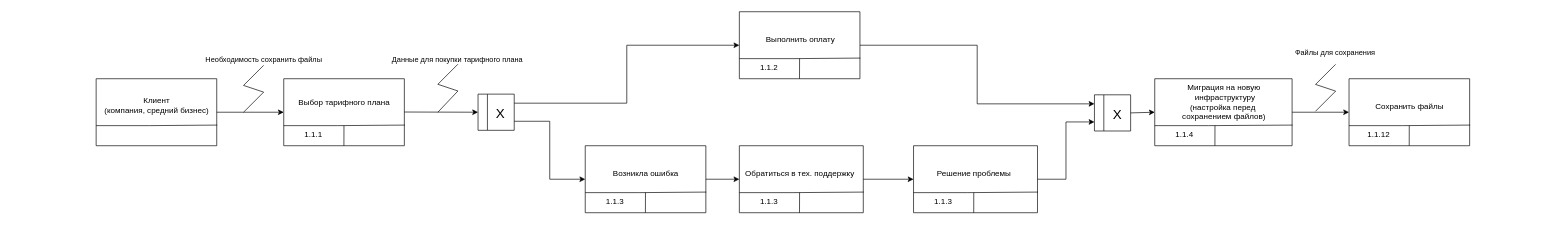
Before: bp-idef3.drawio in Yakser/drawio-diagrams, a draw.io diagram. Source tidied: cells renumbered, new cells numbered last; positions are measured from the earlier drawing's top-left corner, leaving out a move shared by most shapes. Both pictures are drawn from the tidied source at 67%, with x=0, y=0 at pixel (96, 11).
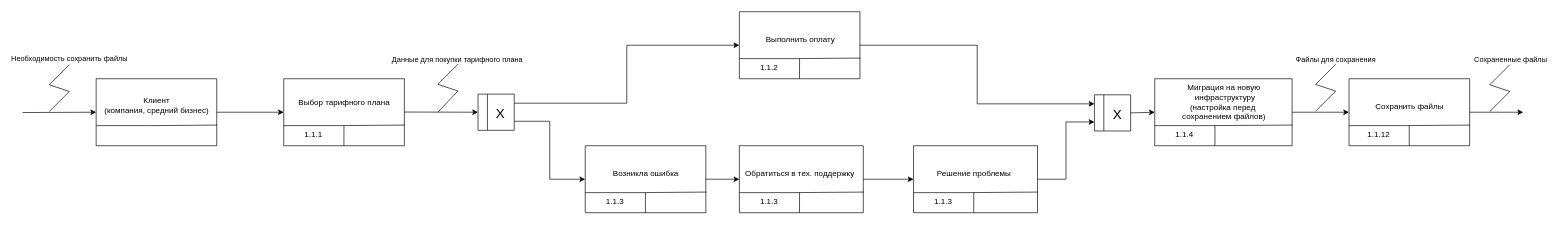
The same diagram, later.

The change refers to these unchanged cells:
```xml
<mxCell id="40" style="swimlane;startSize=0;" parent="1" vertex="1">
  <mxGeometry y="100" width="180" height="100" as="geometry" />
</mxCell>
<mxCell id="50" style="swimlane;startSize=0;" parent="1" vertex="1">
  <mxGeometry x="1870" y="100" width="180" height="100" as="geometry" />
</mxCell>
```

Diff of the diagram source:
```diff
@@
-    <mxCell id="7" style="endArrow=none;html=1;rounded=0;" parent="1" edge="1">
-      <mxGeometry relative="1" as="geometry">
-        <mxPoint x="220" y="150" as="sourcePoint" />
-        <mxPoint x="250" y="120" as="targetPoint" />
-      </mxGeometry>
-    </mxCell>
-    <mxCell id="8" style="endArrow=none;html=1;rounded=0;" parent="1" edge="1">
-      <mxGeometry relative="1" as="geometry">
-        <mxPoint x="220" y="110" as="sourcePoint" />
-        <mxPoint x="250" y="80" as="targetPoint" />
-      </mxGeometry>
-    </mxCell>
-    <mxCell id="9" value="Необходимость сохранить файлы" style="edgeLabel;html=1;align=center;verticalAlign=middle;" parent="8" vertex="1">
-      <mxGeometry x="0.62" y="-1" relative="1" as="geometry">
-        <mxPoint x="5" y="-16" as="offset" />
-      </mxGeometry>
-    </mxCell>
-    <mxCell id="10" value="Файлы для сохранения" style="edgeLabel;html=1;align=center;verticalAlign=middle;" parent="8" vertex="1">
-      <mxGeometry x="0.62" y="-1" relative="1" as="geometry">
-        <mxPoint x="1604" y="-26" as="offset" />
-      </mxGeometry>
-    </mxCell>
-    <mxCell id="11" style="endArrow=none;html=1;rounded=0;" parent="1" edge="1">
-      <mxGeometry relative="1" as="geometry">
-        <mxPoint x="250" y="120" as="sourcePoint" />
-        <mxPoint x="220" y="110" as="targetPoint" />
-      </mxGeometry>
-    </mxCell>
@@
+    <mxCell id="66" style="edgeStyle=orthogonalEdgeStyle;rounded=0;jettySize=auto;html=1;exitX=1;exitY=0.5;exitDx=0;exitDy=0;" parent="1" edge="1" source="50">
+      <mxGeometry relative="1" as="geometry">
+        <mxPoint x="2130" y="150" as="targetPoint" />
+      </mxGeometry>
+    </mxCell>
@@
+    <mxCell id="67" style="endArrow=classic;html=1;rounded=0;entryX=0;entryY=0.5;entryDx=0;entryDy=0;" parent="1" edge="1" target="40">
+      <mxGeometry relative="1" as="geometry">
+        <mxPoint x="-110" y="150.5" as="sourcePoint" />
+      </mxGeometry>
+    </mxCell>
+    <mxCell id="68" style="endArrow=none;html=1;rounded=0;" parent="1" edge="1">
+      <mxGeometry relative="1" as="geometry">
+        <mxPoint x="-70" y="149" as="sourcePoint" />
+        <mxPoint x="-40" y="119" as="targetPoint" />
+      </mxGeometry>
+    </mxCell>
+    <mxCell id="69" style="endArrow=none;html=1;rounded=0;" parent="1" edge="1">
+      <mxGeometry relative="1" as="geometry">
+        <mxPoint x="-70" y="109" as="sourcePoint" />
+        <mxPoint x="-40" y="79" as="targetPoint" />
+      </mxGeometry>
+    </mxCell>
+    <mxCell id="9" value="Необходимость сохранить файлы" style="edgeLabel;html=1;align=center;verticalAlign=middle;" parent="69" vertex="1">
+      <mxGeometry x="0.62" y="-1" relative="1" as="geometry">
+        <mxPoint x="5" y="-16" as="offset" />
+      </mxGeometry>
+    </mxCell>
+    <mxCell id="10" value="Файлы для сохранения" style="edgeLabel;html=1;align=center;verticalAlign=middle;" parent="69" vertex="1">
+      <mxGeometry x="0.62" y="-1" relative="1" as="geometry">
+        <mxPoint x="1895" y="-15" as="offset" />
+      </mxGeometry>
+    </mxCell>
+    <mxCell id="70" style="endArrow=none;html=1;rounded=0;" parent="1" edge="1">
+      <mxGeometry relative="1" as="geometry">
+        <mxPoint x="-40" y="119" as="sourcePoint" />
+        <mxPoint x="-70" y="109" as="targetPoint" />
+      </mxGeometry>
+    </mxCell>
+    <mxCell id="71" style="endArrow=none;html=1;rounded=0;" parent="1" edge="1">
+      <mxGeometry relative="1" as="geometry">
+        <mxPoint x="2080" y="149" as="sourcePoint" />
+        <mxPoint x="2110" y="119" as="targetPoint" />
+      </mxGeometry>
+    </mxCell>
+    <mxCell id="72" style="endArrow=none;html=1;rounded=0;" parent="1" edge="1">
+      <mxGeometry relative="1" as="geometry">
+        <mxPoint x="2080" y="109" as="sourcePoint" />
+        <mxPoint x="2110" y="79" as="targetPoint" />
+      </mxGeometry>
+    </mxCell>
+    <mxCell id="73" style="endArrow=none;html=1;rounded=0;" parent="1" edge="1">
+      <mxGeometry relative="1" as="geometry">
+        <mxPoint x="2110" y="119" as="sourcePoint" />
+        <mxPoint x="2080" y="109" as="targetPoint" />
+      </mxGeometry>
+    </mxCell>
+    <mxCell id="74" value="Сохраненные файлы" style="edgeLabel;html=1;align=center;verticalAlign=middle;" parent="1" vertex="1">
+      <mxGeometry x="2110" y="70.9" as="geometry" />
+    </mxCell>
```
